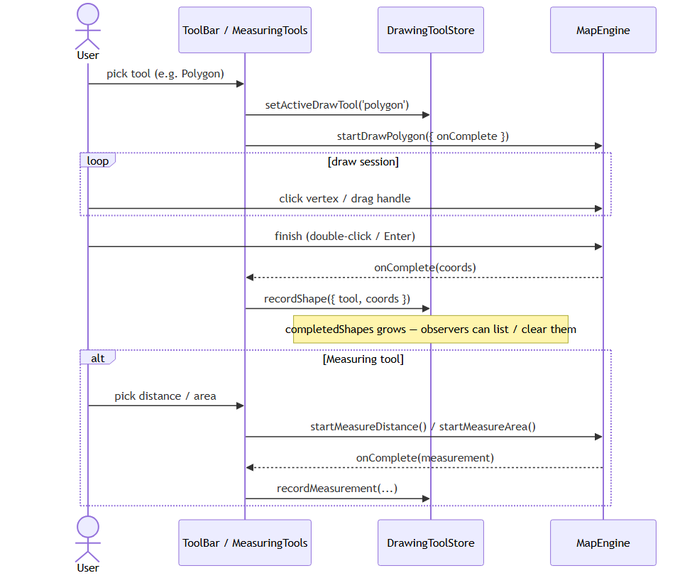
abergwer/MapApp keeps this Mermaid diagram as src/assets/diagrams/06-drawing-flow.png. Above is the earlier version. Its source is kept beside it as src/assets/diagrams/06-drawing-flow.mmd. Source of this version:
```mermaid
sequenceDiagram
    actor User
    participant TB as ToolBar / MeasuringTools
    participant DTS as DrawingToolStore
    participant Engine as MapEngine

    User->>TB: pick tool (e.g. Polygon)
    TB->>DTS: setActiveDrawTool('polygon')
    TB->>Engine: startDrawPolygon({ onComplete })

    loop draw session
        User->>Engine: click vertex / drag handle
    end
    User->>Engine: finish (double-click / Enter)

    Engine-->>TB: onComplete(coords)
    TB->>DTS: recordShape({ tool, coords })
    Note over DTS: completedShapes grows — observers can list / clear them

    alt Measuring tool
        User->>TB: pick distance / area
        TB->>Engine: startMeasureDistance() / startMeasureArea()
        Engine-->>TB: onComplete(measurement)
        TB->>DTS: recordMeasurement(...)
    end
```
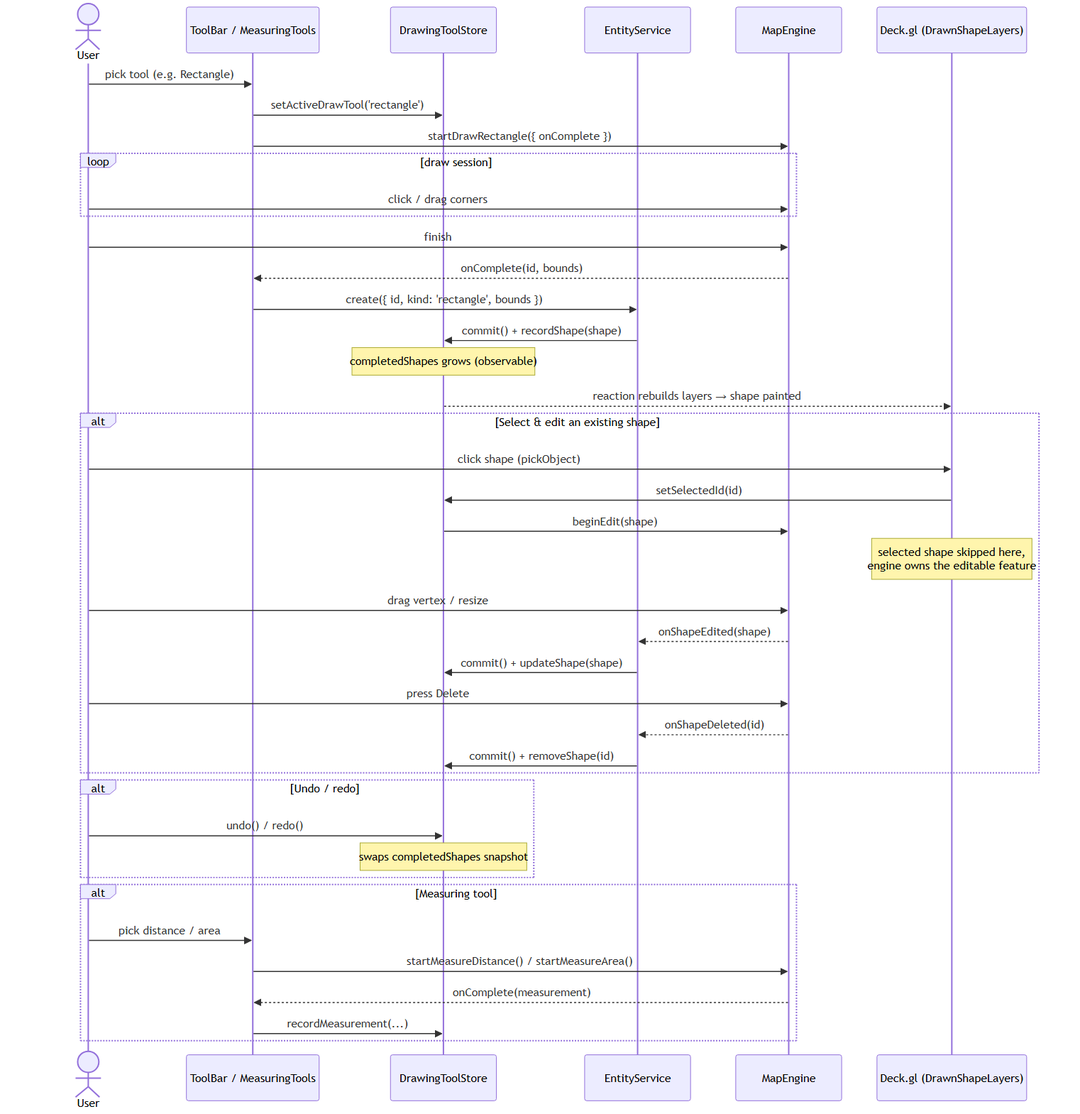
The same file after the commit.

Commit message:
refactor: update architecture diagrams and README to reflect changes in drawing and editing flow with EntityService integration

Diff of the diagram source:
```diff
@@ -2,20 +2,42 @@
     actor User
     participant TB as ToolBar / MeasuringTools
     participant DTS as DrawingToolStore
+    participant ES as EntityService
     participant Engine as MapEngine
+    participant Deck as Deck.gl (DrawnShapeLayers)
 
-    User->>TB: pick tool (e.g. Polygon)
-    TB->>DTS: setActiveDrawTool('polygon')
-    TB->>Engine: startDrawPolygon({ onComplete })
+    User->>TB: pick tool (e.g. Rectangle)
+    TB->>DTS: setActiveDrawTool('rectangle')
+    TB->>Engine: startDrawRectangle({ onComplete })
 
     loop draw session
-        User->>Engine: click vertex / drag handle
+        User->>Engine: click / drag corners
     end
-    User->>Engine: finish (double-click / Enter)
+    User->>Engine: finish
 
-    Engine-->>TB: onComplete(coords)
-    TB->>DTS: recordShape({ tool, coords })
-    Note over DTS: completedShapes grows — observers can list / clear them
+    Engine-->>TB: onComplete(id, bounds)
+    TB->>ES: create({ id, kind: 'rectangle', bounds })
+    ES->>DTS: commit() + recordShape(shape)
+    Note over DTS: completedShapes grows (observable)
+    DTS-->>Deck: reaction rebuilds layers → shape painted
+
+    alt Select & edit an existing shape
+        User->>Deck: click shape (pickObject)
+        Deck->>DTS: setSelectedId(id)
+        DTS->>Engine: beginEdit(shape)
+        Note over Deck: selected shape skipped here,<br/>engine owns the editable feature
+        User->>Engine: drag vertex / resize
+        Engine-->>ES: onShapeEdited(shape)
+        ES->>DTS: commit() + updateShape(shape)
+        User->>Engine: press Delete
+        Engine-->>ES: onShapeDeleted(id)
+        ES->>DTS: commit() + removeShape(id)
+    end
+
+    alt Undo / redo
+        User->>DTS: undo() / redo()
+        Note over DTS: swaps completedShapes snapshot
+    end
 
     alt Measuring tool
         User->>TB: pick distance / area
```
